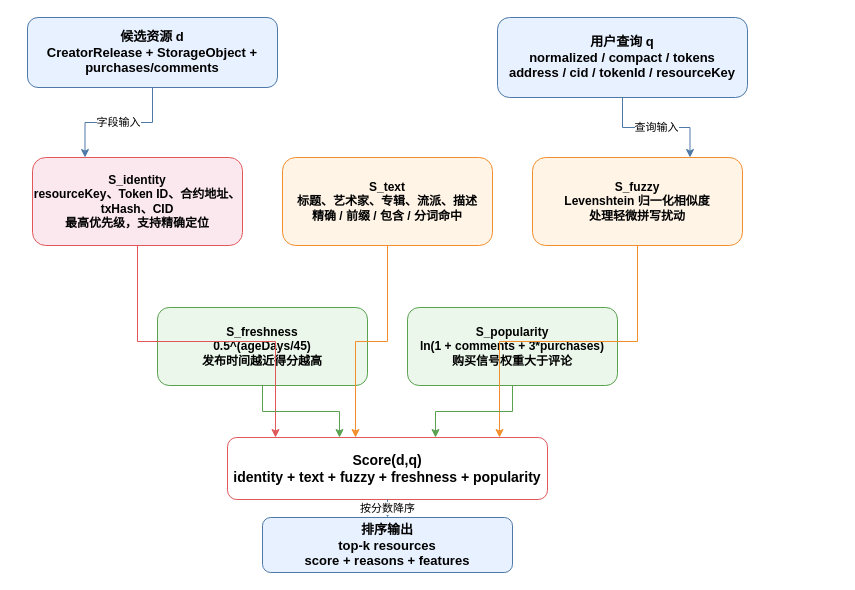
This is papers/Latex-Mine/figures/ranking_score_model.drawio from TinkerAC/FreeFlow, a draw.io file, before an edit. Source tidied: cells renumbered, new cells numbered last; positions are measured from the earlier drawing's top-left corner, leaving out a move shared by most shapes. Both pictures are drawn from the tidied source at 100%, with x=0, y=0 at pixel (27, 17).
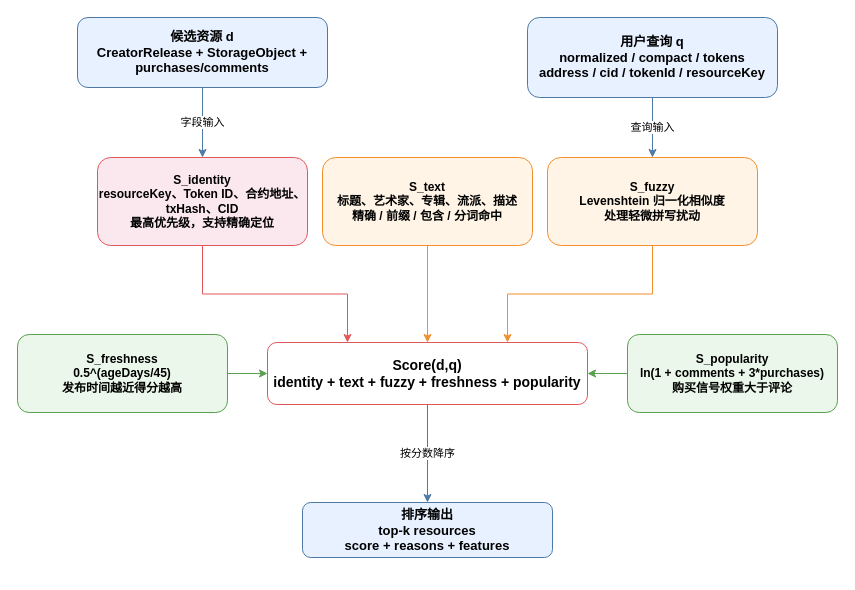
The same page after the edit.

The edit, as a diff of the source:
```diff
@@
 <mxGraphModel>
   <root>
     <mxCell id="0" />
     <mxCell id="1" parent="0" />
     <mxCell id="2" value="候选资源 d&#10;CreatorRelease + StorageObject + purchases/comments" style="rounded=1;whiteSpace=wrap;html=1;fillColor=#E8F1FF;strokeColor=#4E79A7;fontSize=13;fontStyle=1;" parent="1" vertex="1">
-      <mxGeometry width="250" height="70" as="geometry" />
+      <mxGeometry x="50" width="250" height="70" as="geometry" />
     </mxCell>
     <mxCell id="3" value="用户查询 q&#10;normalized / compact / tokens&#10;address / cid / tokenId / resourceKey" style="rounded=1;whiteSpace=wrap;html=1;fillColor=#E8F1FF;strokeColor=#4E79A7;fontSize=13;fontStyle=1;" parent="1" vertex="1">
-      <mxGeometry x="470" width="250" height="80" as="geometry" />
+      <mxGeometry x="500" width="250" height="80" as="geometry" />
     </mxCell>
     <mxCell id="4" value="S_identity&#10;resourceKey、Token ID、合约地址、txHash、CID&#10;最高优先级，支持精确定位" style="rounded=1;whiteSpace=wrap;html=1;fillColor=#FBE8EF;strokeColor=#E15759;fontSize=12;fontStyle=1;" parent="1" vertex="1">
-      <mxGeometry x="5" y="140" width="210" height="88" as="geometry" />
+      <mxGeometry x="70" y="140" width="210" height="88" as="geometry" />
     </mxCell>
     <mxCell id="5" value="S_text&#10;标题、艺术家、专辑、流派、描述&#10;精确 / 前缀 / 包含 / 分词命中" style="rounded=1;whiteSpace=wrap;html=1;fillColor=#FFF4E6;strokeColor=#F28E2B;fontSize=12;fontStyle=1;" parent="1" vertex="1">
-      <mxGeometry x="255" y="140" width="210" height="88" as="geometry" />
+      <mxGeometry x="295" y="140" width="210" height="88" as="geometry" />
     </mxCell>
     <mxCell id="6" value="S_fuzzy&#10;Levenshtein 归一化相似度&#10;处理轻微拼写扰动" style="rounded=1;whiteSpace=wrap;html=1;fillColor=#FFF4E6;strokeColor=#F28E2B;fontSize=12;fontStyle=1;" parent="1" vertex="1">
-      <mxGeometry x="505" y="140" width="210" height="88" as="geometry" />
+      <mxGeometry x="520" y="140" width="210" height="88" as="geometry" />
     </mxCell>
     <mxCell id="7" value="S_freshness&#10;0.5^(ageDays/45)&#10;发布时间越近得分越高" style="rounded=1;whiteSpace=wrap;html=1;fillColor=#EAF7EA;strokeColor=#59A14F;fontSize=12;fontStyle=1;" parent="1" vertex="1">
-      <mxGeometry x="130" y="290" width="210" height="78" as="geometry" />
+      <mxGeometry x="-10" y="317" width="210" height="78" as="geometry" />
     </mxCell>
     <mxCell id="8" value="S_popularity&#10;ln(1 + comments + 3*purchases)&#10;购买信号权重大于评论" style="rounded=1;whiteSpace=wrap;html=1;fillColor=#EAF7EA;strokeColor=#59A14F;fontSize=12;fontStyle=1;" parent="1" vertex="1">
-      <mxGeometry x="380" y="290" width="210" height="78" as="geometry" />
+      <mxGeometry x="600" y="317" width="210" height="78" as="geometry" />
     </mxCell>
     <mxCell id="9" value="Score(d,q)&#10;identity + text + fuzzy + freshness + popularity" style="rounded=1;whiteSpace=wrap;html=1;fillColor=#FFFFFF;strokeColor=#E15759;fontSize=14;fontStyle=1;" parent="1" vertex="1">
-      <mxGeometry x="200" y="420" width="320" height="62" as="geometry" />
+      <mxGeometry x="240" y="325" width="320" height="62" as="geometry" />
     </mxCell>
     <mxCell id="10" value="排序输出&#10;top-k resources&#10;score + reasons + features" style="rounded=1;whiteSpace=wrap;html=1;fillColor=#E8F1FF;strokeColor=#4E79A7;fontSize=13;fontStyle=1;" parent="1" vertex="1">
-      <mxGeometry x="235" y="500" width="250" height="55" as="geometry" />
+      <mxGeometry x="275" y="485" width="250" height="55" as="geometry" />
     </mxCell>
-    <mxCell id="11" value="字段输入" style="endArrow=classic;html=1;rounded=0;edgeStyle=orthogonalEdgeStyle;strokeColor=#4E79A7;fontSize=11;exitX=0.5;exitY=1;entryX=0.25;entryY=0;" parent="1" edge="1" source="2" target="4">
+    <mxCell id="11" value="字段输入" style="endArrow=classic;html=1;rounded=0;edgeStyle=orthogonalEdgeStyle;strokeColor=#4E79A7;fontSize=11;exitX=0.5;exitY=1;entryX=0.5;entryY=0;entryDx=0;entryDy=0;" parent="1" edge="1" source="2" target="4">
       <mxGeometry relative="1" as="geometry" />
     </mxCell>
-    <mxCell id="12" value="查询输入" style="endArrow=classic;html=1;rounded=0;edgeStyle=orthogonalEdgeStyle;strokeColor=#4E79A7;fontSize=11;exitX=0.5;exitY=1;entryX=0.75;entryY=0;" parent="1" edge="1" source="3" target="6">
+    <mxCell id="12" value="查询输入" style="endArrow=classic;html=1;rounded=0;edgeStyle=orthogonalEdgeStyle;strokeColor=#4E79A7;fontSize=11;exitX=0.5;exitY=1;entryX=0.5;entryY=0;entryDx=0;entryDy=0;" parent="1" edge="1" source="3" target="6">
       <mxGeometry relative="1" as="geometry" />
     </mxCell>
-    <mxCell id="13" style="endArrow=classic;html=1;rounded=0;edgeStyle=orthogonalEdgeStyle;strokeColor=#E15759;exitX=0.5;exitY=1;entryX=0.15;entryY=0;" parent="1" edge="1" source="4" target="9">
+    <mxCell id="13" style="endArrow=classic;html=1;rounded=0;edgeStyle=orthogonalEdgeStyle;strokeColor=#E15759;exitX=0.5;exitY=1;entryX=0.25;entryY=0;entryDx=0;entryDy=0;" parent="1" edge="1" source="4" target="9">
       <mxGeometry relative="1" as="geometry" />
     </mxCell>
-    <mxCell id="14" style="endArrow=classic;html=1;rounded=0;edgeStyle=orthogonalEdgeStyle;strokeColor=#F28E2B;exitX=0.5;exitY=1;entryX=0.4;entryY=0;" parent="1" edge="1" source="5" target="9">
+    <mxCell id="14" style="endArrow=classic;html=1;rounded=0;edgeStyle=orthogonalEdgeStyle;strokeColor=#F28E2B;exitX=0.5;exitY=1;entryX=0.5;entryY=0;entryDx=0;entryDy=0;" parent="1" edge="1" source="5" target="9">
       <mxGeometry relative="1" as="geometry" />
     </mxCell>
-    <mxCell id="15" style="endArrow=classic;html=1;rounded=0;edgeStyle=orthogonalEdgeStyle;strokeColor=#F28E2B;exitX=0.5;exitY=1;entryX=0.85;entryY=0;" parent="1" edge="1" source="6" target="9">
+    <mxCell id="15" style="endArrow=classic;html=1;rounded=0;edgeStyle=orthogonalEdgeStyle;strokeColor=#F28E2B;exitX=0.5;exitY=1;entryX=0.75;entryY=0;entryDx=0;entryDy=0;" parent="1" edge="1" source="6" target="9">
       <mxGeometry relative="1" as="geometry" />
     </mxCell>
-    <mxCell id="16" style="endArrow=classic;html=1;rounded=0;edgeStyle=orthogonalEdgeStyle;strokeColor=#59A14F;exitX=0.5;exitY=1;entryX=0.35;entryY=0;" parent="1" edge="1" source="7" target="9">
+    <mxCell id="16" style="endArrow=classic;html=1;rounded=0;edgeStyle=orthogonalEdgeStyle;strokeColor=#59A14F;" parent="1" edge="1" source="7" target="9">
       <mxGeometry relative="1" as="geometry" />
     </mxCell>
-    <mxCell id="17" style="endArrow=classic;html=1;rounded=0;edgeStyle=orthogonalEdgeStyle;strokeColor=#59A14F;exitX=0.5;exitY=1;entryX=0.65;entryY=0;" parent="1" edge="1" source="8" target="9">
+    <mxCell id="17" style="endArrow=classic;html=1;rounded=0;edgeStyle=orthogonalEdgeStyle;strokeColor=#59A14F;" parent="1" edge="1" source="8" target="9">
       <mxGeometry relative="1" as="geometry" />
     </mxCell>
     <mxCell id="18" value="按分数降序" style="endArrow=classic;html=1;rounded=0;edgeStyle=orthogonalEdgeStyle;strokeColor=#4E79A7;fontSize=11;exitX=0.5;exitY=1;entryX=0.5;entryY=0;" parent="1" edge="1" source="9" target="10">
       <mxGeometry relative="1" as="geometry" />
     </mxCell>
   </root>
 </mxGraphModel>
```
